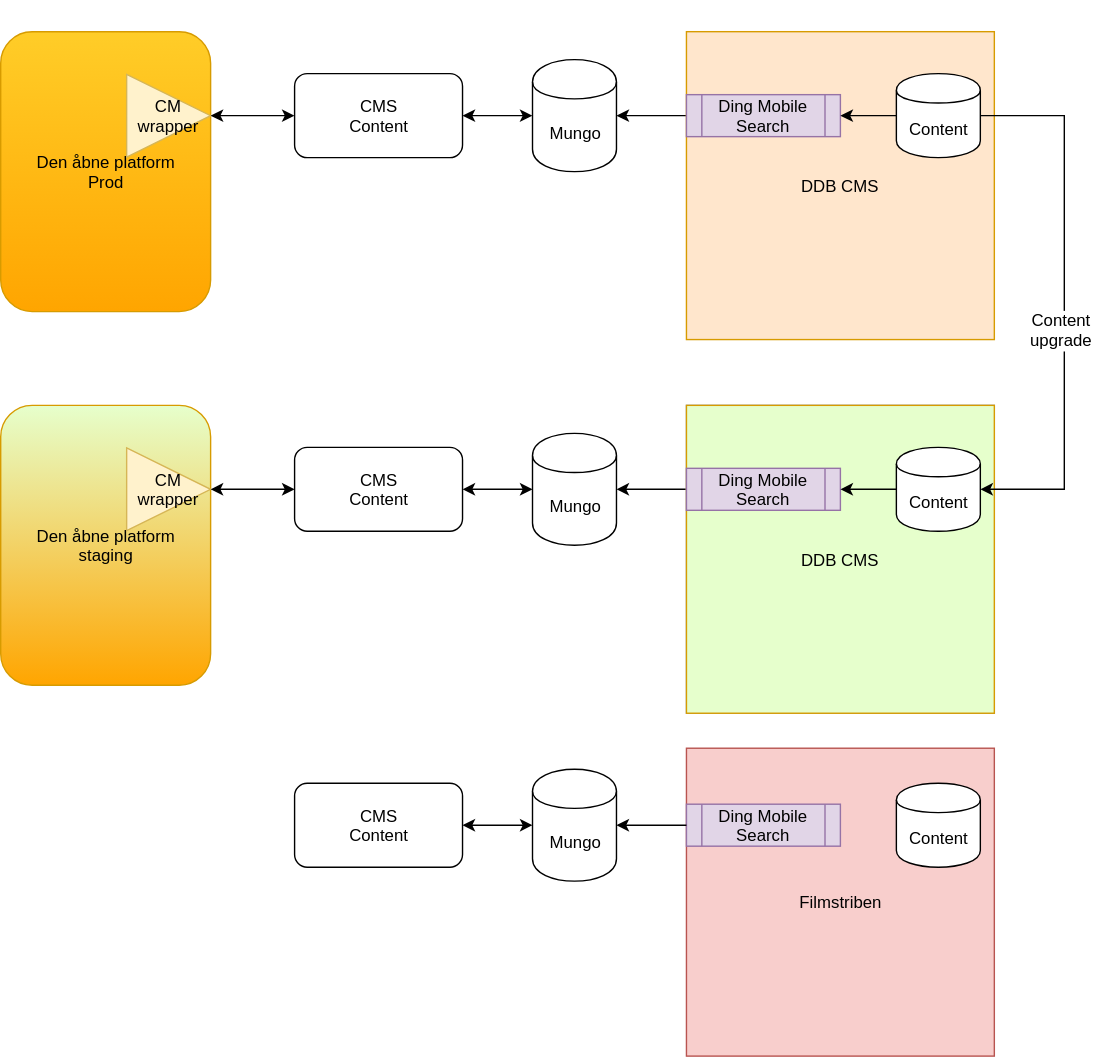
This is CMScontent_wrapper.svg from danskernesdigitalebibliotek/public, a draw.io export, as it was before one commit. Source tidied: cells renumbered, new cells last; positions are measured from the earlier drawing's top-left corner, leaving out a move shared by most shapes.
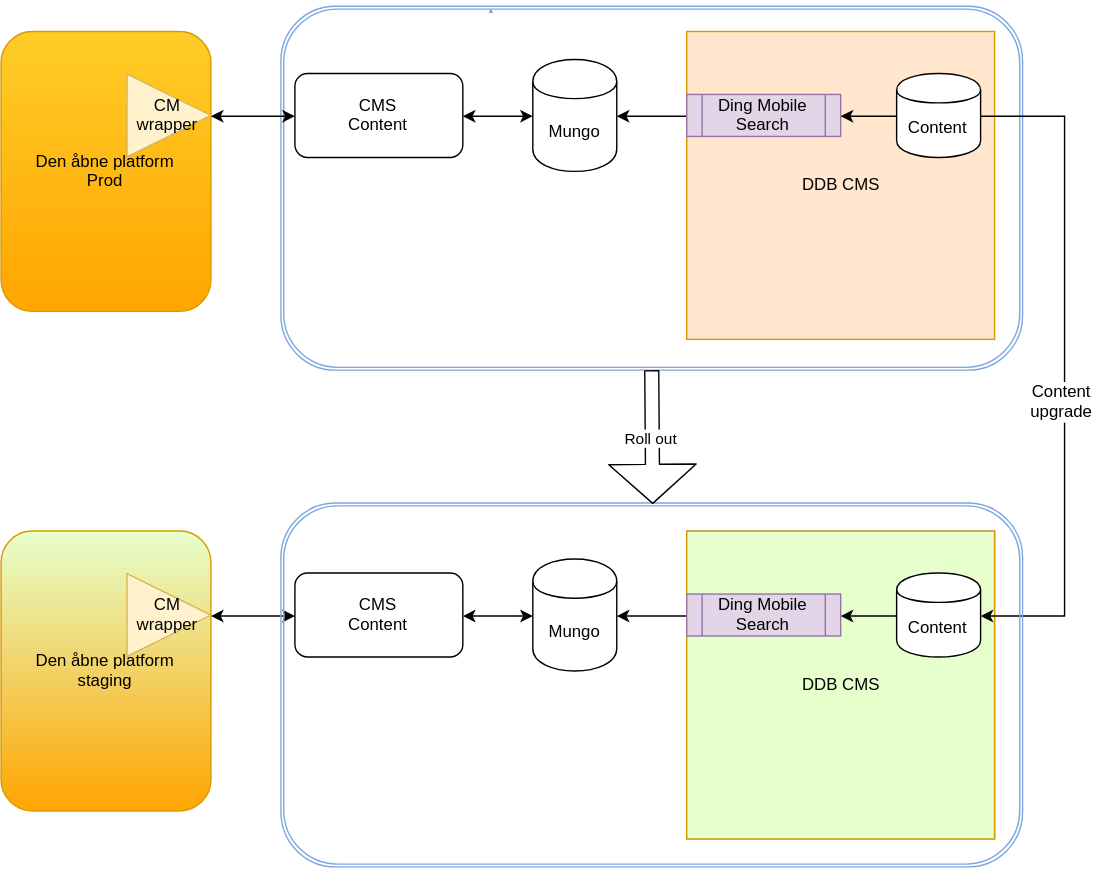
The same diagram one commit later.

Diff of the diagram source:
```diff
@@ -2,6 +2,9 @@
   <root>
     <mxCell id="0" />
     <mxCell id="1" parent="0" />
+    <mxCell id="38" style="shape=ext;double=1;rounded=1;whiteSpace=wrap;html=1;shadow=0;strokeColor=#7EA6E0;fillColor=none;" parent="1" vertex="1">
+      <mxGeometry x="200" y="-3" width="530" height="260" as="geometry" />
+    </mxCell>
     <mxCell id="2" value="Den åbne platform&lt;div&gt;Prod&lt;/div&gt;" style="rounded=1;whiteSpace=wrap;html=1;fillColor=#ffcd28;strokeColor=#d79b00;gradientColor=#ffa500;" parent="1" vertex="1">
       <mxGeometry y="15" width="150" height="200" as="geometry" />
     </mxCell>
@@ -45,7 +48,7 @@
       <mxGeometry x="150" y="30" width="60" height="60" as="geometry" />
     </mxCell>
     <mxCell id="15" value="Den åbne platform&lt;div&gt;staging&lt;/div&gt;" style="rounded=1;whiteSpace=wrap;html=1;fillColor=#E6FFCC;strokeColor=#d79b00;gradientColor=#ffa500;" parent="1" vertex="1">
-      <mxGeometry y="282" width="150" height="200" as="geometry" />
+      <mxGeometry y="372" width="150" height="200" as="geometry" />
     </mxCell>
     <mxCell id="16" value="CM&lt;br&gt;wrapper" style="triangle;whiteSpace=wrap;html=1;fillColor=#fff2cc;strokeColor=#d6b656;" parent="15" vertex="1">
       <mxGeometry x="90" y="30.5" width="60" height="59.1" as="geometry" />
@@ -55,15 +58,15 @@
     </mxCell>
     <mxCell id="18" style="edgeStyle=orthogonalEdgeStyle;rounded=0;html=1;exitX=0.5;exitY=1;entryX=0.5;entryY=1;jettySize=auto;orthogonalLoop=1;fillColor=#e1d5e7;strokeColor=#9673a6;" parent="1" edge="1">
       <mxGeometry relative="1" as="geometry">
-        <mxPoint x="350" y="267" as="sourcePoint" />
-        <mxPoint x="350" y="267" as="targetPoint" />
+        <mxPoint x="350" y="357" as="sourcePoint" />
+        <mxPoint x="350" y="357" as="targetPoint" />
       </mxGeometry>
     </mxCell>
     <mxCell id="19" value="Mungo" style="shape=cylinder;whiteSpace=wrap;html=1;boundedLbl=1;" parent="1" vertex="1">
-      <mxGeometry x="380" y="302" width="60" height="80" as="geometry" />
+      <mxGeometry x="380" y="392" width="60" height="80" as="geometry" />
     </mxCell>
     <mxCell id="20" value="&lt;span&gt;CMS&lt;/span&gt;&lt;br&gt;&lt;span&gt;Content&lt;/span&gt;" style="rounded=1;whiteSpace=wrap;html=1;" parent="1" vertex="1">
-      <mxGeometry x="210" y="312" width="120" height="60" as="geometry" />
+      <mxGeometry x="210" y="402" width="120" height="60" as="geometry" />
     </mxCell>
     <mxCell id="21" style="endArrow=classic;html=1;exitX=0;exitY=0.5;entryX=1;entryY=0.5;" parent="1" edge="1" source="25" target="19">
       <mxGeometry relative="1" as="geometry" />
@@ -72,7 +75,7 @@
       <mxGeometry relative="1" as="geometry" />
     </mxCell>
     <mxCell id="23" style="group;strokeColor=#7EA6E0;shadow=0;" parent="1" vertex="1">
-      <mxGeometry x="490" y="282" width="220" height="220" as="geometry" />
+      <mxGeometry x="490" y="372" width="220" height="220" as="geometry" />
     </mxCell>
     <mxCell id="24" value="DDB CMS" style="whiteSpace=wrap;html=1;fillColor=#E6FFCC;strokeColor=#d79b00;" parent="23" vertex="1">
       <mxGeometry width="220" height="220" as="geometry" />
@@ -89,37 +92,21 @@
     <mxCell id="28" style="edgeStyle=orthogonalEdgeStyle;rounded=0;html=1;exitX=1;exitY=0.5;entryX=1;entryY=0.5;jettySize=auto;" parent="1" edge="1" source="14" target="27">
       <mxGeometry relative="1" as="geometry">
         <Array as="points">
-          <mxPoint x="760" y="75" />
-          <mxPoint x="760" y="342" />
+          <mxPoint x="760" y="76" />
+          <mxPoint x="760" y="433" />
         </Array>
       </mxGeometry>
     </mxCell>
     <mxCell id="29" value="Content&lt;div&gt;upgrade&lt;/div&gt;" style="text;html=1;align=center;verticalAlign=middle;labelBackgroundColor=#ffffff;" parent="28" vertex="1">
       <mxGeometry x="0.1" y="-3" relative="1" as="geometry" />
     </mxCell>
-    <mxCell id="30" style="group;" parent="1" vertex="1">
-      <mxGeometry x="490" y="527" width="220" height="220" as="geometry" />
-    </mxCell>
-    <mxCell id="31" value="Filmstriben" style="whiteSpace=wrap;html=1;fillColor=#f8cecc;strokeColor=#b85450;" parent="30" vertex="1">
-      <mxGeometry width="220" height="220" as="geometry" />
-    </mxCell>
-    <mxCell id="32" value="Ding Mobile Search" style="shape=process;whiteSpace=wrap;html=1;fillColor=#e1d5e7;strokeColor=#9673a6;" parent="30" vertex="1">
-      <mxGeometry y="40" width="110" height="30" as="geometry" />
-    </mxCell>
-    <mxCell id="33" value="Content" style="shape=cylinder;whiteSpace=wrap;html=1;boundedLbl=1;" parent="30" vertex="1">
-      <mxGeometry x="150" y="25" width="60" height="60" as="geometry" />
-    </mxCell>
-    <mxCell id="34" value="Mungo" style="shape=cylinder;whiteSpace=wrap;html=1;boundedLbl=1;" parent="1" vertex="1">
-      <mxGeometry x="380" y="542" width="60" height="80" as="geometry" />
-    </mxCell>
-    <mxCell id="35" value="&lt;span&gt;CMS&lt;/span&gt;&lt;br&gt;&lt;span&gt;Content&lt;/span&gt;" style="rounded=1;whiteSpace=wrap;html=1;" parent="1" vertex="1">
-      <mxGeometry x="210" y="552" width="120" height="60" as="geometry" />
-    </mxCell>
-    <mxCell id="36" style="endArrow=classic;startArrow=classic;html=1;entryX=1;entryY=0.5;exitX=0;exitY=0.5;" parent="1" edge="1" source="34" target="35">
-      <mxGeometry relative="1" as="geometry" />
-    </mxCell>
-    <mxCell id="37" style="endArrow=classic;html=1;entryX=1;entryY=0.5;exitX=0;exitY=0.5;" parent="1" edge="1" source="32" target="34">
-      <mxGeometry relative="1" as="geometry" />
-    </mxCell>
+    <mxCell id="39" style="shape=ext;double=1;rounded=1;whiteSpace=wrap;html=1;shadow=0;strokeColor=#7EA6E0;fillColor=none;" parent="1" vertex="1">
+      <mxGeometry x="200" y="352" width="530" height="260" as="geometry" />
+    </mxCell>
+    <mxCell id="40" value="Roll out" style="shape=flexArrow;endArrow=classic;html=1;fillColor=#ffffff;endWidth=51.42857142857143;endSize=8.957142857142857;entryX=0.5;entryY=0;" parent="1" edge="1" target="39">
+      <mxGeometry relative="1" as="geometry">
+        <mxPoint x="465" y="257" as="sourcePoint" />
+      </mxGeometry>
+    </mxCell>
   </root>
 </mxGraphModel>
```
